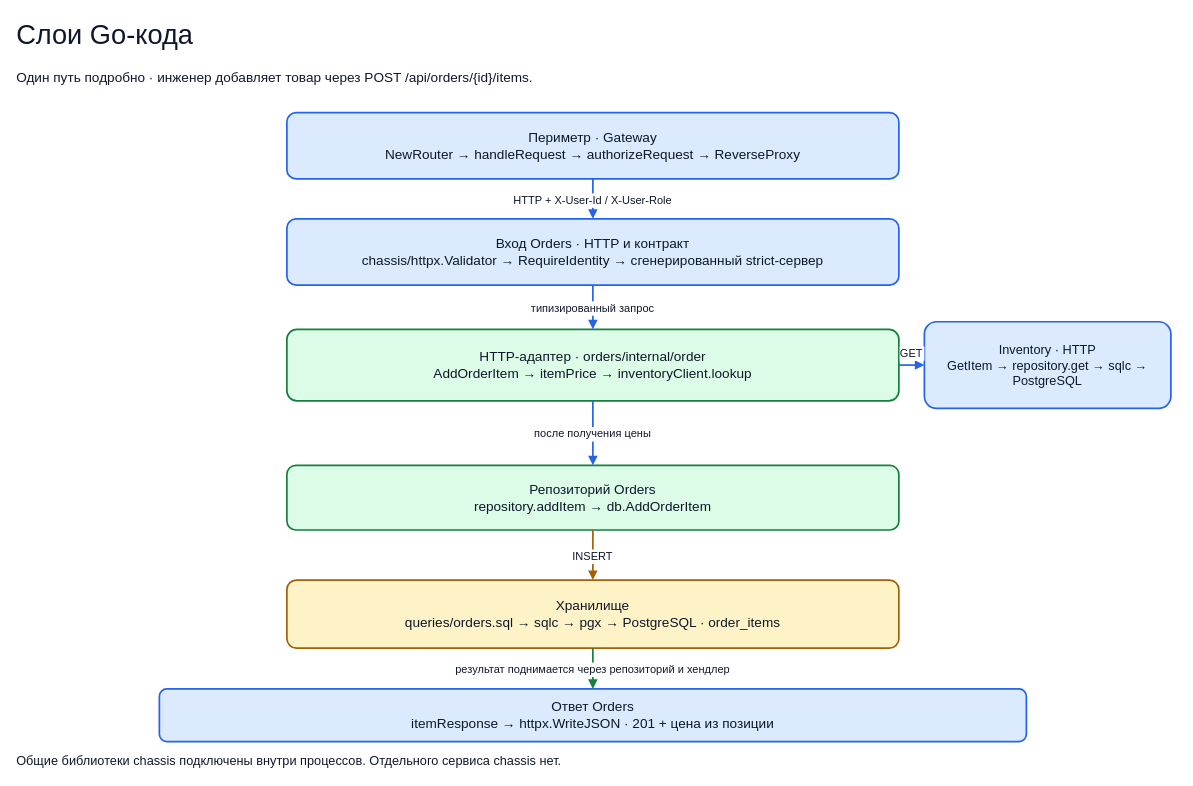
Above: page "Слои Go-кода" (2 of 6) of stuff/architecture.drawio in TFRunity/sto (draw.io), before the change. Source tidied: cells renumbered, new cells numbered last; positions are measured from the earlier drawing's top-left corner, leaving out a move shared by most shapes. Both pictures are drawn from the tidied source at 85%, with x=0, y=0 at pixel (14, 14).
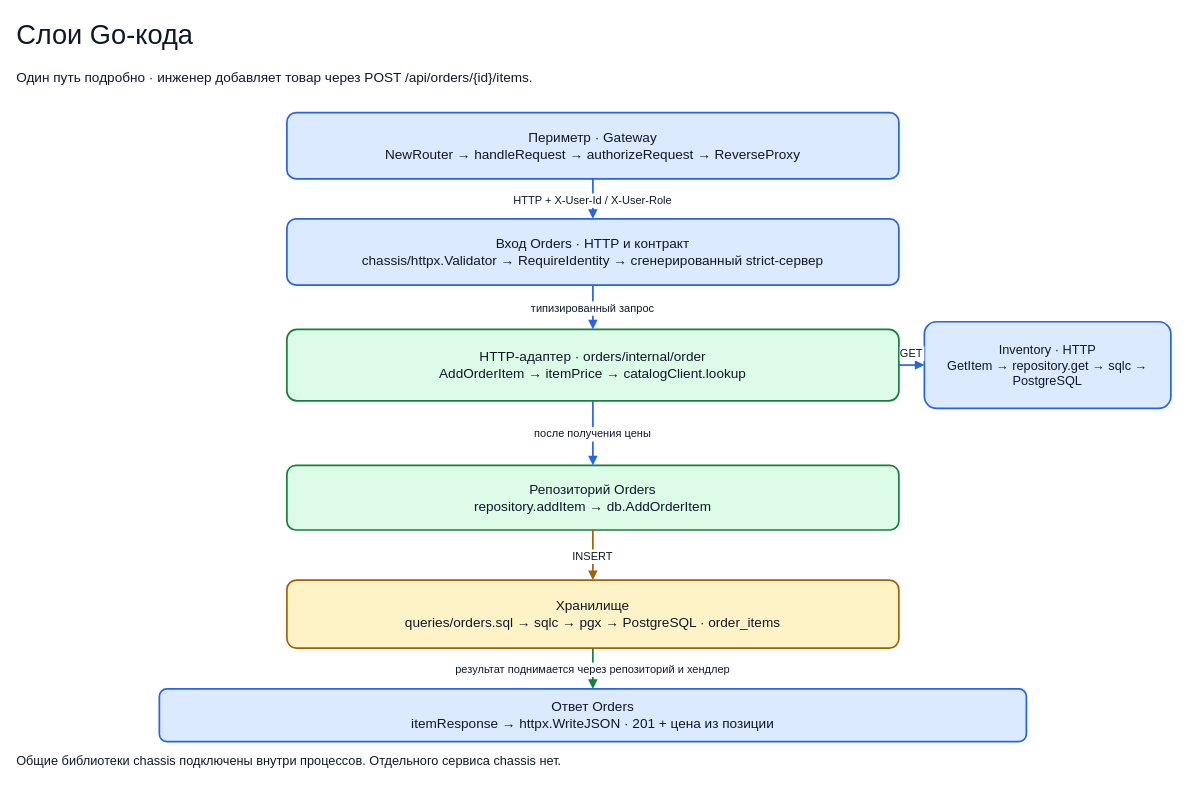
Above is the later version.

Diff of the diagram source:
```diff
@@
 <mxGraphModel>
   <root>
     <mxCell id="0" />
     <mxCell id="1" parent="0" />
     <mxCell id="2" value="Слои Go-кода" style="text;html=0;whiteSpace=wrap;strokeColor=none;fillColor=none;align=left;fontSize=32;fontFamily=Arial;fontColor=#0f172a;verticalAlign=middle;" parent="1" vertex="1">
       <mxGeometry width="1360" height="48" as="geometry" />
     </mxCell>
     <mxCell id="3" value="Один путь подробно · инженер добавляет товар через POST /api/orders/{id}/items." style="text;html=0;whiteSpace=wrap;strokeColor=none;fillColor=none;align=left;fontSize=16;fontFamily=Arial;fontColor=#0f172a;verticalAlign=middle;" parent="1" vertex="1">
       <mxGeometry y="53" width="1360" height="40" as="geometry" />
     </mxCell>
     <mxCell id="4" value="Периметр · Gateway&#10;NewRouter → handleRequest → authorizeRequest → ReverseProxy" style="rounded=1;arcSize=14;whiteSpace=wrap;html=0;fillColor=#dbeafe;strokeColor=#2563eb;strokeWidth=2;spacing=8;fontSize=16;fontFamily=Arial;fontColor=#0f172a;verticalAlign=middle;" parent="1" vertex="1">
       <mxGeometry x="320" y="115" width="720" height="78" as="geometry" />
     </mxCell>
     <mxCell id="5" value="Вход Orders · HTTP и контракт&#10;chassis/httpx.Validator → RequireIdentity → сгенерированный strict-сервер" style="rounded=1;arcSize=14;whiteSpace=wrap;html=0;fillColor=#dbeafe;strokeColor=#2563eb;strokeWidth=2;spacing=8;fontSize=16;fontFamily=Arial;fontColor=#0f172a;verticalAlign=middle;" parent="1" vertex="1">
       <mxGeometry x="320" y="240" width="720" height="78" as="geometry" />
     </mxCell>
-    <mxCell id="6" value="HTTP-адаптер · orders/internal/order&#10;AddOrderItem → itemPrice → inventoryClient.lookup" style="rounded=1;arcSize=14;whiteSpace=wrap;html=0;fillColor=#dcfce7;strokeColor=#15803d;strokeWidth=2;spacing=8;fontSize=16;fontFamily=Arial;fontColor=#0f172a;verticalAlign=middle;" parent="1" vertex="1">
+    <mxCell id="6" value="HTTP-адаптер · orders/internal/order&#10;AddOrderItem → itemPrice → catalogClient.lookup" style="rounded=1;arcSize=14;whiteSpace=wrap;html=0;fillColor=#dcfce7;strokeColor=#15803d;strokeWidth=2;spacing=8;fontSize=16;fontFamily=Arial;fontColor=#0f172a;verticalAlign=middle;" parent="1" vertex="1">
       <mxGeometry x="320" y="370" width="720" height="84" as="geometry" />
     </mxCell>
     <mxCell id="7" value="Inventory · HTTP&#10;GetItem → repository.get → sqlc → PostgreSQL" style="rounded=1;arcSize=14;whiteSpace=wrap;html=0;fillColor=#dbeafe;strokeColor=#2563eb;strokeWidth=2;spacing=8;fontSize=15;fontFamily=Arial;fontColor=#0f172a;verticalAlign=middle;" parent="1" vertex="1">
       <mxGeometry x="1070" y="361" width="290" height="102" as="geometry" />
     </mxCell>
     <mxCell id="8" value="Репозиторий Orders&#10;repository.addItem → db.AddOrderItem" style="rounded=1;arcSize=14;whiteSpace=wrap;html=0;fillColor=#dcfce7;strokeColor=#15803d;strokeWidth=2;spacing=8;fontSize=16;fontFamily=Arial;fontColor=#0f172a;verticalAlign=middle;" parent="1" vertex="1">
       <mxGeometry x="320" y="530" width="720" height="76" as="geometry" />
     </mxCell>
     <mxCell id="9" value="Хранилище&#10;queries/orders.sql → sqlc → pgx → PostgreSQL · order_items" style="rounded=1;arcSize=14;whiteSpace=wrap;html=0;fillColor=#fef3c7;strokeColor=#a16207;strokeWidth=2;spacing=8;fontSize=16;fontFamily=Arial;fontColor=#0f172a;verticalAlign=middle;" parent="1" vertex="1">
       <mxGeometry x="320" y="665" width="720" height="80" as="geometry" />
     </mxCell>
     <mxCell id="10" value="Ответ Orders&#10;itemResponse → httpx.WriteJSON · 201 + цена из позиции" style="rounded=1;arcSize=14;whiteSpace=wrap;html=0;fillColor=#dbeafe;strokeColor=#2563eb;strokeWidth=2;spacing=8;fontSize=16;fontFamily=Arial;fontColor=#0f172a;verticalAlign=middle;" parent="1" vertex="1">
       <mxGeometry x="170" y="793" width="1020" height="62" as="geometry" />
     </mxCell>
     <mxCell id="11" value="HTTP + X-User-Id / X-User-Role" style="edgeStyle=orthogonalEdgeStyle;rounded=1;html=0;endArrow=block;endFill=1;strokeWidth=2;strokeColor=#2563eb;fontFamily=Arial;fontSize=13;fontColor=#0f172a;labelBackgroundColor=#ffffff;" parent="1" edge="1" source="4" target="5">
       <mxGeometry relative="1" as="geometry" />
     </mxCell>
     <mxCell id="12" value="типизированный запрос" style="edgeStyle=orthogonalEdgeStyle;rounded=1;html=0;endArrow=block;endFill=1;strokeWidth=2;strokeColor=#2563eb;fontFamily=Arial;fontSize=13;fontColor=#0f172a;labelBackgroundColor=#ffffff;" parent="1" edge="1" source="5" target="6">
       <mxGeometry relative="1" as="geometry" />
     </mxCell>
     <mxCell id="13" value="GET" style="edgeStyle=orthogonalEdgeStyle;rounded=1;html=0;endArrow=block;endFill=1;strokeWidth=2;strokeColor=#2563eb;fontFamily=Arial;fontSize=13;fontColor=#0f172a;labelBackgroundColor=#ffffff;" parent="1" edge="1" source="6" target="7">
       <mxGeometry relative="1" as="geometry">
         <mxPoint y="-15" as="offset" />
       </mxGeometry>
     </mxCell>
     <mxCell id="14" value="после получения цены" style="edgeStyle=orthogonalEdgeStyle;rounded=1;html=0;endArrow=block;endFill=1;strokeWidth=2;strokeColor=#2563eb;fontFamily=Arial;fontSize=13;fontColor=#0f172a;labelBackgroundColor=#ffffff;" parent="1" edge="1" source="6" target="8">
       <mxGeometry relative="1" as="geometry" />
     </mxCell>
     <mxCell id="15" value="INSERT" style="edgeStyle=orthogonalEdgeStyle;rounded=1;html=0;endArrow=block;endFill=1;strokeWidth=2;strokeColor=#a16207;fontFamily=Arial;fontSize=13;fontColor=#0f172a;labelBackgroundColor=#ffffff;" parent="1" edge="1" source="8" target="9">
       <mxGeometry relative="1" as="geometry" />
     </mxCell>
     <mxCell id="16" value="результат поднимается через репозиторий и хендлер" style="edgeStyle=orthogonalEdgeStyle;rounded=1;html=0;endArrow=block;endFill=1;strokeWidth=2;strokeColor=#15803d;fontFamily=Arial;fontSize=13;fontColor=#0f172a;labelBackgroundColor=#ffffff;" parent="1" edge="1" source="9" target="10">
       <mxGeometry relative="1" as="geometry" />
     </mxCell>
     <mxCell id="17" value="Общие библиотеки chassis подключены внутри процессов. Отдельного сервиса chassis нет." style="text;html=0;whiteSpace=wrap;strokeColor=none;fillColor=none;align=left;fontSize=15;fontFamily=Arial;fontColor=#0f172a;verticalAlign=middle;" parent="1" vertex="1">
       <mxGeometry y="862" width="1370" height="29" as="geometry" />
     </mxCell>
   </root>
 </mxGraphModel>
```
